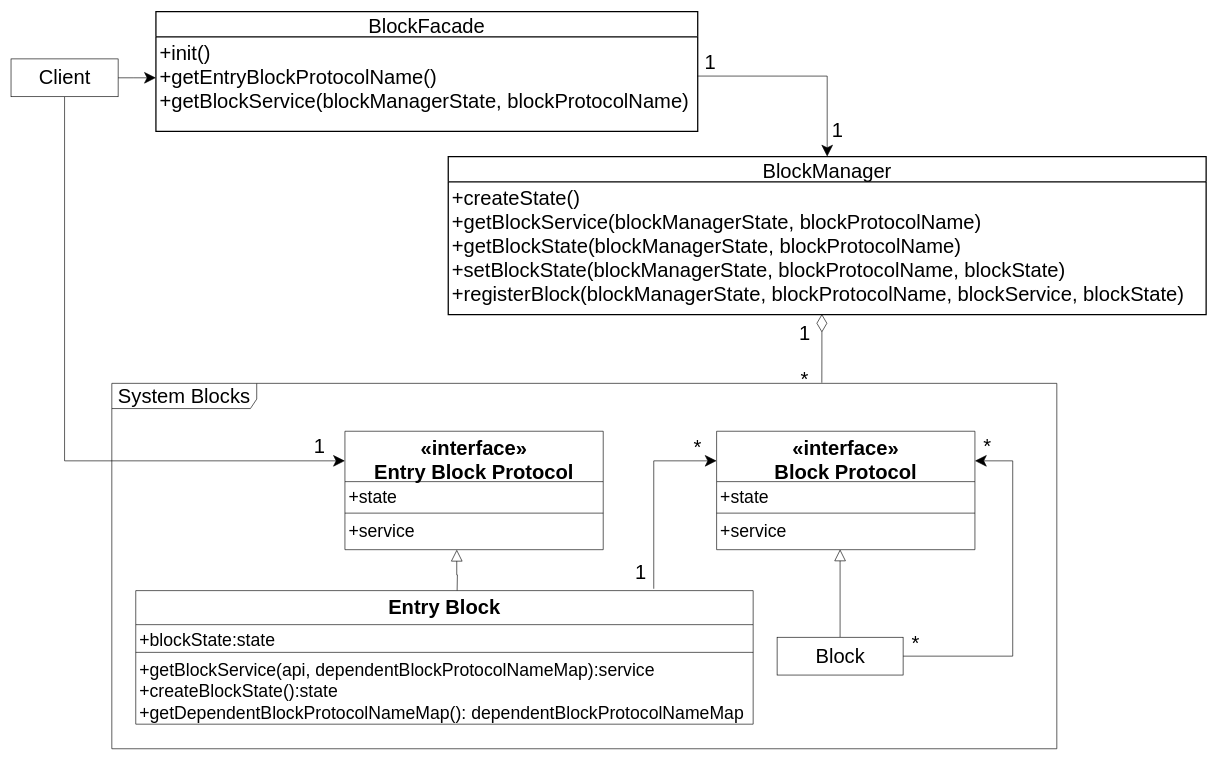
The draw.io diagram packages/积木模式/role_abstract/UML.drawio in yyc-git/3DProgramPattern, before the edit. Source tidied: cells renumbered, new cells numbered last; positions are measured from the earlier drawing's top-left corner, leaving out a move shared by most shapes. Both pictures are drawn from the tidied source at 63%, with x=0, y=0 at pixel (11, 11).
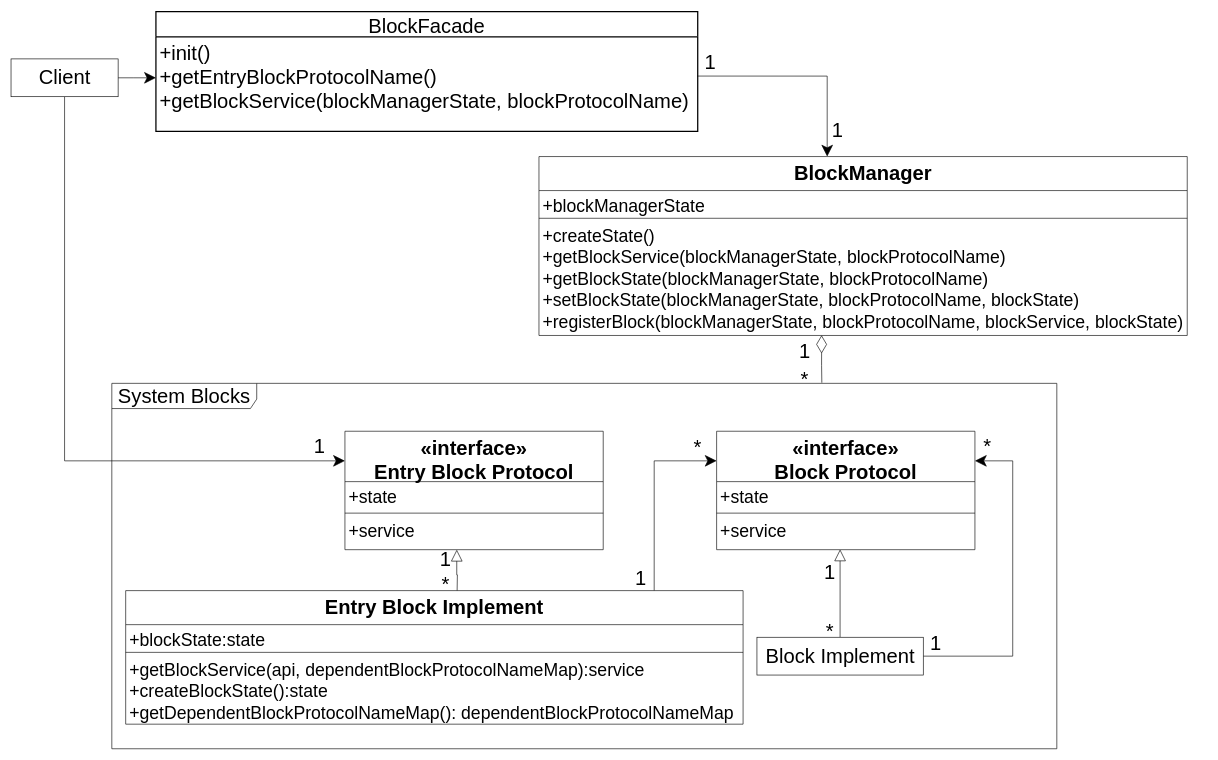
Above is the later version.

Unchanged cells that the change refers to:
```xml
<mxCell id="3" value="+init()&#10;+getEntryBlockProtocolName()&#10;+getBlockService(blockManagerState, blockProtocolName)&#10;" style="align=left;strokeColor=none;fillColor=none;spacingLeft=4;fontSize=32;verticalAlign=top;" parent="2" vertex="1">
  <mxGeometry y="40" width="860" height="150" as="geometry" />
</mxCell>
<mxCell id="31" value="«interface»&#10;Block Protocol" style="swimlane;fontStyle=1;align=center;verticalAlign=top;horizontal=1;startSize=80;fontSize=32;" parent="1" vertex="1">
  <mxGeometry x="1120" y="666" width="410" height="188" as="geometry" />
</mxCell>
```

Change to the diagram source:
```diff
@@
-    <mxCell id="9" style="edgeStyle=orthogonalEdgeStyle;rounded=0;jettySize=auto;html=1;entryX=0;entryY=0.25;entryDx=0;entryDy=0;fontSize=32;endArrow=classic;endFill=1;endSize=16;startSize=16;exitX=0.839;exitY=-0.014;exitDx=0;exitDy=0;exitPerimeter=0;" parent="1" edge="1" source="35" target="31">
+    <mxCell id="9" style="edgeStyle=orthogonalEdgeStyle;rounded=0;jettySize=auto;html=1;entryX=0;entryY=0.25;entryDx=0;entryDy=0;fontSize=32;endArrow=classic;endFill=1;endSize=16;startSize=16;exitX=0.856;exitY=0.004;exitDx=0;exitDy=0;exitPerimeter=0;" parent="1" edge="1" source="35" target="31">
       <mxGeometry relative="1" as="geometry">
         <Array as="points">
-          <mxPoint x="1020" y="713" />
+          <mxPoint x="1021" y="713" />
         </Array>
       </mxGeometry>
     </mxCell>
@@
-    <mxCell id="12" value="Block" style="html=1;fontSize=32;" parent="1" vertex="1">
-      <mxGeometry x="1216" y="993" width="200" height="60" as="geometry" />
+    <mxCell id="12" value="Block Implement" style="html=1;fontSize=32;" parent="1" vertex="1">
+      <mxGeometry x="1184" y="993" width="264" height="60" as="geometry" />
     </mxCell>
@@
-    <mxCell id="14" style="edgeStyle=orthogonalEdgeStyle;rounded=0;jettySize=auto;html=1;endSize=26;startSize=26;endArrow=none;endFill=0;startArrow=diamondThin;startFill=0;exitX=0.493;exitY=0.996;exitDx=0;exitDy=0;exitPerimeter=0;" parent="1" edge="1" source="25">
+    <mxCell id="14" style="edgeStyle=orthogonalEdgeStyle;rounded=0;jettySize=auto;html=1;endSize=26;startSize=26;endArrow=none;endFill=0;startArrow=diamondThin;startFill=0;exitX=0.436;exitY=0.998;exitDx=0;exitDy=0;exitPerimeter=0;" parent="1" edge="1" source="25">
       <mxGeometry relative="1" as="geometry">
         <mxPoint x="1287" y="589" as="targetPoint" />
       </mxGeometry>
     </mxCell>
     <mxCell id="15" value="&lt;font style=&quot;font-size: 32px&quot;&gt;1&lt;/font&gt;" style="text;html=1;strokeColor=none;fillColor=none;align=center;verticalAlign=middle;whiteSpace=wrap;rounded=0;" parent="1" vertex="1">
-      <mxGeometry x="1240" y="500" width="40" height="20" as="geometry" />
+      <mxGeometry x="1240" y="530" width="40" height="20" as="geometry" />
     </mxCell>
@@
     <mxCell id="20" value="&lt;font style=&quot;font-size: 32px&quot;&gt;1&lt;/font&gt;" style="text;html=1;strokeColor=none;fillColor=none;align=center;verticalAlign=middle;whiteSpace=wrap;rounded=0;" parent="1" vertex="1">
-      <mxGeometry x="980" y="880" width="40" height="20" as="geometry" />
+      <mxGeometry x="980" y="890" width="40" height="20" as="geometry" />
     </mxCell>
@@
-    <mxCell id="22" value="&lt;font style=&quot;font-size: 32px&quot;&gt;*&lt;/font&gt;" style="text;html=1;strokeColor=none;fillColor=none;align=center;verticalAlign=middle;whiteSpace=wrap;rounded=0;" parent="1" vertex="1">
-      <mxGeometry x="1416" y="993" width="40" height="20" as="geometry" />
+    <mxCell id="22" value="&lt;font style=&quot;font-size: 32px&quot;&gt;1&lt;/font&gt;" style="text;html=1;strokeColor=none;fillColor=none;align=center;verticalAlign=middle;whiteSpace=wrap;rounded=0;" parent="1" vertex="1">
+      <mxGeometry x="1448" y="993" width="40" height="20" as="geometry" />
     </mxCell>
@@
-    <mxCell id="24" value="BlockManager" style="swimlane;horizontal=1;startSize=40;rounded=0;fontSize=32;fontStyle=0;strokeWidth=2;shadow=0;dashed=0;align=center;" parent="1" vertex="1">
-      <mxGeometry x="694" y="230" width="1203" height="251" as="geometry" />
-    </mxCell>
-    <mxCell id="25" value="+createState()&#10;+getBlockService(blockManagerState, blockProtocolName)&#10;+getBlockState(blockManagerState, blockProtocolName)&#10;+setBlockState(blockManagerState, blockProtocolName, blockState)&#10;+registerBlock(blockManagerState, blockProtocolName, blockService, blockState)" style="align=left;strokeColor=none;fillColor=none;spacingLeft=4;fontSize=32;verticalAlign=top;" parent="24" vertex="1">
-      <mxGeometry y="40" width="1203" height="211" as="geometry" />
-    </mxCell>
-    <mxCell id="26" style="edgeStyle=orthogonalEdgeStyle;rounded=0;jettySize=auto;html=1;entryX=0.5;entryY=0;entryDx=0;entryDy=0;exitX=0.999;exitY=0.415;exitDx=0;exitDy=0;exitPerimeter=0;endSize=16;startSize=16;" parent="1" edge="1" source="3" target="24">
+    <mxCell id="26" style="edgeStyle=orthogonalEdgeStyle;rounded=0;jettySize=auto;html=1;entryX=0.5;entryY=0;entryDx=0;entryDy=0;exitX=0.999;exitY=0.415;exitDx=0;exitDy=0;exitPerimeter=0;endSize=16;startSize=16;" parent="1" edge="1" source="3">
       <mxGeometry relative="1" as="geometry">
+        <mxPoint x="1295.5" y="230" as="targetPoint" />
         <Array as="points">
           <mxPoint x="1296" y="102" />
         </Array>
       </mxGeometry>
     </mxCell>
@@
-    <mxCell id="35" value="Entry Block" style="swimlane;fontStyle=1;align=center;verticalAlign=top;horizontal=1;startSize=54;fontSize=32;" parent="1" vertex="1">
-      <mxGeometry x="198" y="919" width="980" height="212" as="geometry" />
+    <mxCell id="35" value="Entry Block Implement" style="swimlane;fontStyle=1;align=center;verticalAlign=top;horizontal=1;startSize=54;fontSize=32;" parent="1" vertex="1">
+      <mxGeometry x="182" y="919" width="980" height="212" as="geometry" />
     </mxCell>
@@
+    <mxCell id="24" value="BlockManager" style="swimlane;fontStyle=1;align=center;verticalAlign=top;horizontal=1;startSize=54;fontSize=32;" parent="1" vertex="1">
+      <mxGeometry x="838" y="230" width="1029" height="284" as="geometry" />
+    </mxCell>
+    <mxCell id="39" value="+blockManagerState" style="text;strokeColor=none;fillColor=none;align=left;verticalAlign=top;spacingLeft=4;spacingRight=4;overflow=hidden;fontSize=28;" parent="24" vertex="1">
+      <mxGeometry y="54" width="1029" height="40" as="geometry" />
+    </mxCell>
+    <mxCell id="40" style="line;strokeWidth=1;fillColor=none;align=left;verticalAlign=middle;spacingTop=-1;spacingLeft=3;spacingRight=3;labelPosition=right;" parent="24" vertex="1">
+      <mxGeometry y="94" width="1029" height="8" as="geometry" />
+    </mxCell>
+    <mxCell id="25" value="+createState()&#10;+getBlockService(blockManagerState, blockProtocolName)&#10;+getBlockState(blockManagerState, blockProtocolName)&#10;+setBlockState(blockManagerState, blockProtocolName, blockState)&#10;+registerBlock(blockManagerState, blockProtocolName, blockService, blockState)" style="text;strokeColor=none;fillColor=none;align=left;verticalAlign=top;spacingLeft=4;spacingRight=4;overflow=hidden;points=[[0,0.5],[1,0.5]];portConstraint=eastwest;fontSize=28;" parent="24" vertex="1">
+      <mxGeometry y="102" width="1029" height="182" as="geometry" />
+    </mxCell>
+    <mxCell id="41" value="&lt;font style=&quot;font-size: 32px&quot;&gt;*&lt;/font&gt;" style="text;html=1;strokeColor=none;fillColor=none;align=center;verticalAlign=middle;whiteSpace=wrap;rounded=0;" parent="1" vertex="1">
+      <mxGeometry x="670" y="899" width="40" height="20" as="geometry" />
+    </mxCell>
+    <mxCell id="42" value="&lt;font style=&quot;font-size: 32px&quot;&gt;1&lt;/font&gt;" style="text;html=1;strokeColor=none;fillColor=none;align=center;verticalAlign=middle;whiteSpace=wrap;rounded=0;" parent="1" vertex="1">
+      <mxGeometry x="670" y="860" width="40" height="20" as="geometry" />
+    </mxCell>
+    <mxCell id="43" value="&lt;font style=&quot;font-size: 32px&quot;&gt;*&lt;/font&gt;" style="text;html=1;strokeColor=none;fillColor=none;align=center;verticalAlign=middle;whiteSpace=wrap;rounded=0;" parent="1" vertex="1">
+      <mxGeometry x="1280" y="973" width="40" height="20" as="geometry" />
+    </mxCell>
+    <mxCell id="44" value="&lt;font style=&quot;font-size: 32px&quot;&gt;1&lt;/font&gt;" style="text;html=1;strokeColor=none;fillColor=none;align=center;verticalAlign=middle;whiteSpace=wrap;rounded=0;" parent="1" vertex="1">
+      <mxGeometry x="1280" y="880" width="40" height="20" as="geometry" />
+    </mxCell>
```
